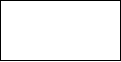
Before: diagramaAtividades/atividadeSistema.drawio.png, a diagram exported from draw.io (EijiDogen/BrainForHire). Source tidied: cells renumbered, new cells last; positions are measured from the earlier drawing's top-left corner, leaving out a move shared by most shapes. The source it was exported from:
```xml
<mxGraphModel>
  <root>
    <mxCell id="0" />
    <mxCell id="1" parent="0" />
    <mxCell id="2" style="rounded=0;whiteSpace=wrap;html=1;" parent="1" vertex="1">
      <mxGeometry width="120" height="60" as="geometry" />
    </mxCell>
  </root>
</mxGraphModel>
```
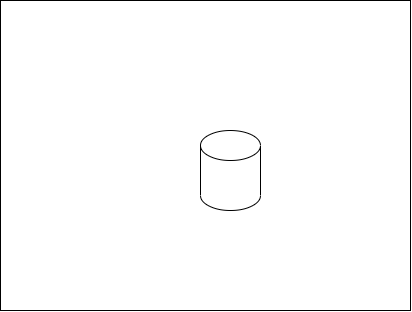
Later version of the same file.

Diff of the diagram source:
```diff
@@ -3,7 +3,10 @@
     <mxCell id="0" />
     <mxCell id="1" parent="0" />
     <mxCell id="2" style="rounded=0;whiteSpace=wrap;html=1;" parent="1" vertex="1">
-      <mxGeometry width="120" height="60" as="geometry" />
+      <mxGeometry width="410" height="310" as="geometry" />
     </mxCell>
+    <mxCell id="3" style="shape=cylinder3;whiteSpace=wrap;html=1;boundedLbl=1;backgroundOutline=1;size=15;" parent="1" vertex="1">
+      <mxGeometry x="200" y="130" width="60" height="80" as="geometry" />
+    </mxCell>
   </root>
 </mxGraphModel>
```
